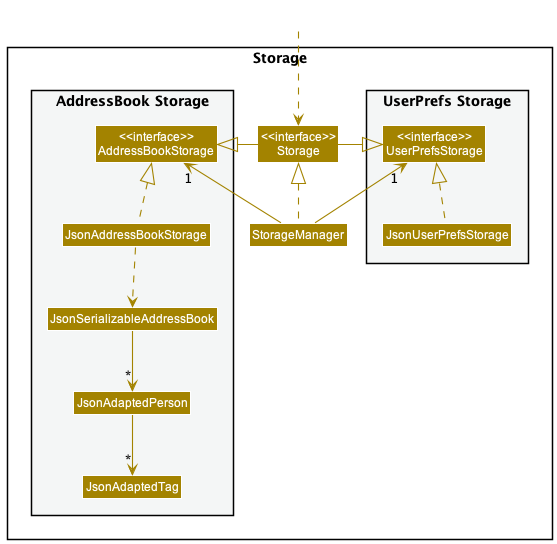
Before: docs/images/StorageClassDiagram.png, a diagram exported from PlantUML (nus-cs2103-AY2223S1/tp).
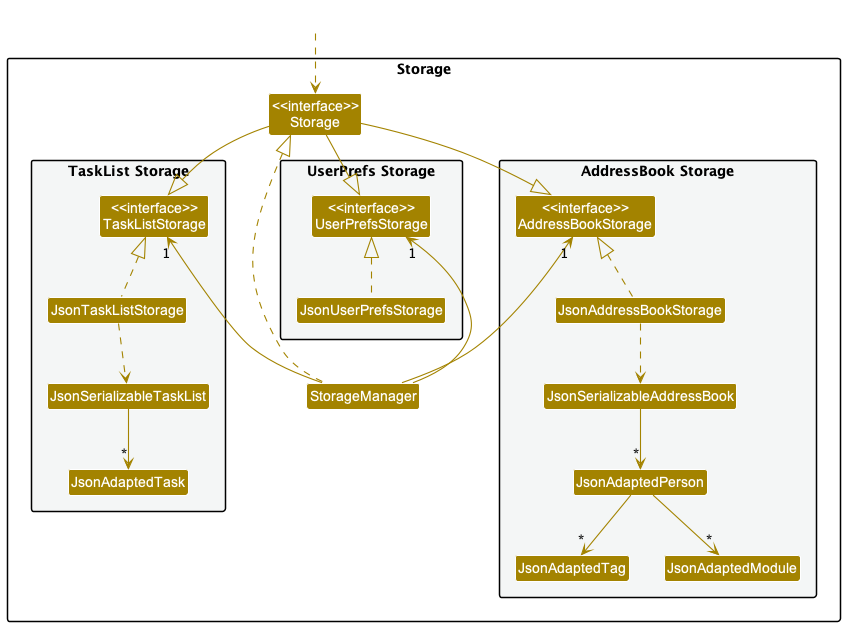
After the commit.

What changed in the source:
```diff
@@ -6,13 +6,17 @@
 
 package Storage{
 
+package "TaskList Storage" #F4F6F6{
+Class "<<interface>>\nTaskListStorage" as TaskListStorage
+Class JsonTaskListStorage
+Class JsonSerializableTaskList
+Class JsonAdaptedTask
+}
+
 package "UserPrefs Storage" #F4F6F6{
 Class "<<interface>>\nUserPrefsStorage" as UserPrefsStorage
 Class JsonUserPrefsStorage
 }
-
-Class "<<interface>>\nStorage" as Storage
-Class StorageManager
 
 package "AddressBook Storage" #F4F6F6{
 Class "<<interface>>\nAddressBookStorage" as AddressBookStorage
@@ -20,7 +24,11 @@
 Class JsonSerializableAddressBook
 Class JsonAdaptedPerson
 Class JsonAdaptedTag
+Class JsonAdaptedModule
 }
+
+Class "<<interface>>\nStorage" as Storage
+Class StorageManager
 
 }
 
@@ -28,16 +36,21 @@
 HiddenOutside ..> Storage
 
 StorageManager .up.|> Storage
-StorageManager -up-> "1" UserPrefsStorage
-StorageManager -up-> "1" AddressBookStorage
+StorageManager -up--> "1" AddressBookStorage
+StorageManager -up--> "1" TaskListStorage
+StorageManager -up--> "1" UserPrefsStorage
 
-Storage -left-|> UserPrefsStorage
-Storage -right-|> AddressBookStorage
+Storage --|> AddressBookStorage
+Storage --|> TaskListStorage
+Storage --|> UserPrefsStorage
 
 JsonUserPrefsStorage .up.|> UserPrefsStorage
 JsonAddressBookStorage .up.|> AddressBookStorage
 JsonAddressBookStorage ..> JsonSerializableAddressBook
 JsonSerializableAddressBook --> "*" JsonAdaptedPerson
 JsonAdaptedPerson --> "*" JsonAdaptedTag
-
+JsonAdaptedPerson --> "*" JsonAdaptedModule
+JsonTaskListStorage .up.|> TaskListStorage
+JsonTaskListStorage ..> JsonSerializableTaskList
+JsonSerializableTaskList --> "*" JsonAdaptedTask
 @enduml
```
